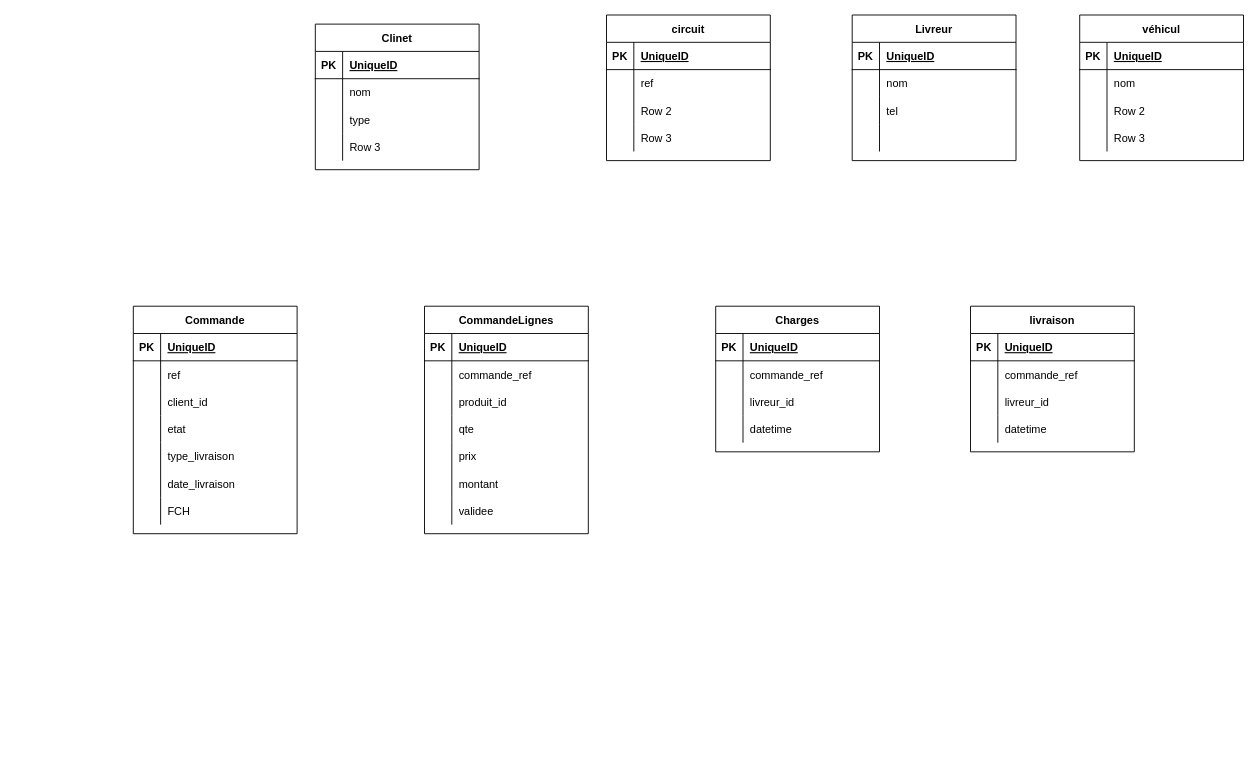
The draw.io diagram logistics database.drawio in hbenflouka/diagrames, before the edit. Source tidied: cells renumbered, new cells numbered last; positions are measured from the earlier drawing's top-left corner, leaving out a move shared by most shapes. Both pictures are drawn from the tidied source at 91%, with x=0, y=0 at pixel (133, 15).
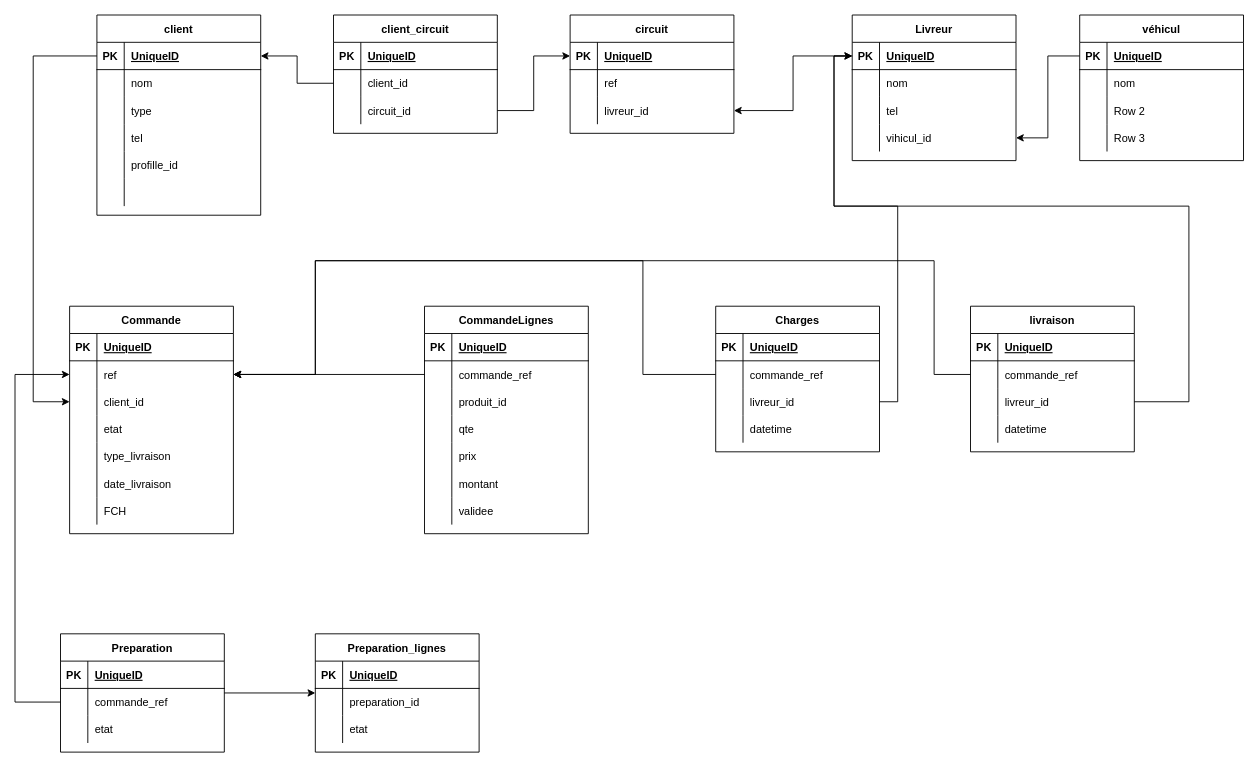
After the change.

Unchanged cells that the change refers to:
```xml
<mxCell id="6" style="shape=tableRow;horizontal=0;startSize=0;swimlaneHead=0;swimlaneBody=0;fillColor=none;points=[[0,0.5],[1,0.5]];portConstraint=eastwest;top=0;left=0;right=0;bottom=0;" parent="2" vertex="1">
  <mxGeometry y="60" width="180" height="30" as="geometry" />
</mxCell>
<mxCell id="9" style="shape=tableRow;horizontal=0;startSize=0;swimlaneHead=0;swimlaneBody=0;fillColor=none;points=[[0,0.5],[1,0.5]];portConstraint=eastwest;top=0;left=0;right=0;bottom=0;" parent="2" vertex="1">
  <mxGeometry y="90" width="180" height="30" as="geometry" />
</mxCell>
<mxCell id="28" style="shape=tableRow;horizontal=0;startSize=0;swimlaneHead=0;swimlaneBody=0;fillColor=none;points=[[0,0.5],[1,0.5]];portConstraint=eastwest;top=0;left=0;right=0;bottom=0;" parent="24" vertex="1">
  <mxGeometry y="60" width="180" height="30" as="geometry" />
</mxCell>
<mxCell id="31" style="shape=tableRow;horizontal=0;startSize=0;swimlaneHead=0;swimlaneBody=0;fillColor=none;points=[[0,0.5],[1,0.5]];portConstraint=eastwest;top=0;left=0;right=0;bottom=0;" parent="24" vertex="1">
  <mxGeometry y="90" width="180" height="30" as="geometry" />
</mxCell>
<mxCell id="41" style="shape=tableRow;horizontal=0;startSize=0;swimlaneHead=0;swimlaneBody=0;fillColor=none;points=[[0,0.5],[1,0.5]];portConstraint=eastwest;top=0;left=0;right=0;bottom=0;" parent="37" vertex="1">
  <mxGeometry y="60" width="180" height="30" as="geometry" />
</mxCell>
<mxCell id="44" style="shape=tableRow;horizontal=0;startSize=0;swimlaneHead=0;swimlaneBody=0;fillColor=none;points=[[0,0.5],[1,0.5]];portConstraint=eastwest;top=0;left=0;right=0;bottom=0;" parent="37" vertex="1">
  <mxGeometry y="90" width="180" height="30" as="geometry" />
</mxCell>
<mxCell id="54" style="shape=tableRow;horizontal=0;startSize=0;swimlaneHead=0;swimlaneBody=0;fillColor=none;points=[[0,0.5],[1,0.5]];portConstraint=eastwest;top=0;left=0;right=0;bottom=0;" parent="50" vertex="1">
  <mxGeometry y="60" width="180" height="30" as="geometry" />
</mxCell>
<mxCell id="73" style="shape=tableRow;horizontal=0;startSize=0;swimlaneHead=0;swimlaneBody=0;fillColor=none;points=[[0,0.5],[1,0.5]];portConstraint=eastwest;top=0;left=0;right=0;bottom=1;" parent="72" vertex="1">
  <mxGeometry y="30" width="180" height="30" as="geometry" />
</mxCell>
<mxCell id="86" style="shape=tableRow;horizontal=0;startSize=0;swimlaneHead=0;swimlaneBody=0;fillColor=none;points=[[0,0.5],[1,0.5]];portConstraint=eastwest;top=0;left=0;right=0;bottom=1;" parent="85" vertex="1">
  <mxGeometry y="30" width="180" height="30" as="geometry" />
</mxCell>
<mxCell id="92" style="shape=tableRow;horizontal=0;startSize=0;swimlaneHead=0;swimlaneBody=0;fillColor=none;points=[[0,0.5],[1,0.5]];portConstraint=eastwest;top=0;left=0;right=0;bottom=0;" parent="85" vertex="1">
  <mxGeometry y="90" width="180" height="30" as="geometry" />
</mxCell>
<mxCell id="99" style="shape=tableRow;horizontal=0;startSize=0;swimlaneHead=0;swimlaneBody=0;fillColor=none;points=[[0,0.5],[1,0.5]];portConstraint=eastwest;top=0;left=0;right=0;bottom=1;" parent="98" vertex="1">
  <mxGeometry y="30" width="180" height="30" as="geometry" />
</mxCell>
<mxCell id="108" style="shape=tableRow;horizontal=0;startSize=0;swimlaneHead=0;swimlaneBody=0;fillColor=none;points=[[0,0.5],[1,0.5]];portConstraint=eastwest;top=0;left=0;right=0;bottom=0;" parent="98" vertex="1">
  <mxGeometry y="120" width="180" height="30" as="geometry" />
</mxCell>
<mxCell id="112" style="shape=tableRow;horizontal=0;startSize=0;swimlaneHead=0;swimlaneBody=0;fillColor=none;points=[[0,0.5],[1,0.5]];portConstraint=eastwest;top=0;left=0;right=0;bottom=1;" parent="111" vertex="1">
  <mxGeometry y="30" width="180" height="30" as="geometry" />
</mxCell>
```

Change to the diagram source:
```diff
@@
     <mxCell id="2" value="Commande" style="shape=table;startSize=30;childLayout=tableLayout;rowLines=0;fontStyle=1;align=center;" parent="1" vertex="1">
-      <mxGeometry y="320" width="180" height="250" as="geometry" />
+      <mxGeometry x="-70" y="320" width="180" height="250" as="geometry" />
     </mxCell>
@@
-    <mxCell id="72" value="Clinet" style="shape=table;startSize=30;childLayout=tableLayout;rowLines=0;fontStyle=1;align=center;" parent="1" vertex="1">
-      <mxGeometry x="200" y="10" width="180" height="160" as="geometry" />
+    <mxCell id="72" value="client" style="shape=table;startSize=30;childLayout=tableLayout;rowLines=0;fontStyle=1;align=center;" parent="1" vertex="1">
+      <mxGeometry x="-40" width="180" height="220" as="geometry" />
     </mxCell>
@@
-    <mxCell id="82" style="shape=tableRow;horizontal=0;startSize=0;swimlaneHead=0;swimlaneBody=0;fillColor=none;top=0;left=0;right=0;bottom=0;" parent="72" vertex="1">
-      <mxGeometry y="120" width="180" height="30" as="geometry" />
-    </mxCell>
-    <mxCell id="83" style="shape=partialRectangle;fillColor=none;top=0;left=0;bottom=0;right=0;overflow=hidden;" parent="82" vertex="1">
-      <mxGeometry width="30" height="30" as="geometry" />
-    </mxCell>
-    <mxCell id="84" value="Row 3" style="shape=partialRectangle;fillColor=none;top=0;left=0;bottom=0;right=0;align=left;spacingLeft=6;overflow=hidden;" parent="82" vertex="1">
-      <mxGeometry x="30" width="150" height="30" as="geometry" />
-    </mxCell>
+    <mxCell id="124" style="shape=tableRow;horizontal=0;startSize=0;swimlaneHead=0;swimlaneBody=0;fillColor=none;top=0;left=0;right=0;bottom=0;" parent="72" vertex="1">
+      <mxGeometry y="120" width="180" height="30" as="geometry" />
+    </mxCell>
+    <mxCell id="125" style="shape=partialRectangle;fillColor=none;top=0;left=0;bottom=0;right=0;overflow=hidden;" parent="124" vertex="1">
+      <mxGeometry width="30" height="30" as="geometry" />
+    </mxCell>
+    <mxCell id="126" value="tel" style="shape=partialRectangle;fillColor=none;top=0;left=0;bottom=0;right=0;align=left;spacingLeft=6;overflow=hidden;" parent="124" vertex="1">
+      <mxGeometry x="30" width="150" height="30" as="geometry" />
+    </mxCell>
+    <mxCell id="127" style="shape=tableRow;horizontal=0;startSize=0;swimlaneHead=0;swimlaneBody=0;fillColor=none;top=0;left=0;right=0;bottom=0;" parent="72" vertex="1">
+      <mxGeometry y="150" width="180" height="30" as="geometry" />
+    </mxCell>
+    <mxCell id="128" style="shape=partialRectangle;fillColor=none;top=0;left=0;bottom=0;right=0;overflow=hidden;" parent="127" vertex="1">
+      <mxGeometry width="30" height="30" as="geometry" />
+    </mxCell>
+    <mxCell id="129" value="profille_id" style="shape=partialRectangle;fillColor=none;top=0;left=0;bottom=0;right=0;align=left;spacingLeft=6;overflow=hidden;" parent="127" vertex="1">
+      <mxGeometry x="30" width="150" height="30" as="geometry" />
+    </mxCell>
+    <mxCell id="130" style="shape=tableRow;horizontal=0;startSize=0;swimlaneHead=0;swimlaneBody=0;fillColor=none;top=0;left=0;right=0;bottom=0;" parent="72" vertex="1">
+      <mxGeometry y="180" width="180" height="30" as="geometry" />
+    </mxCell>
+    <mxCell id="131" style="shape=partialRectangle;fillColor=none;top=0;left=0;bottom=0;right=0;overflow=hidden;" parent="130" vertex="1">
+      <mxGeometry width="30" height="30" as="geometry" />
+    </mxCell>
+    <mxCell id="132" style="shape=partialRectangle;fillColor=none;top=0;left=0;bottom=0;right=0;align=left;spacingLeft=6;overflow=hidden;" parent="130" vertex="1">
+      <mxGeometry x="30" width="150" height="30" as="geometry" />
+    </mxCell>
     <mxCell id="85" value="circuit" style="shape=table;startSize=30;childLayout=tableLayout;rowLines=0;fontStyle=1;align=center;" parent="1" vertex="1">
-      <mxGeometry x="520" width="180" height="160" as="geometry" />
+      <mxGeometry x="480" width="180" height="130" as="geometry" />
     </mxCell>
@@
-    <mxCell id="94" value="Row 2" style="shape=partialRectangle;fillColor=none;top=0;left=0;bottom=0;right=0;align=left;spacingLeft=6;overflow=hidden;" parent="92" vertex="1">
+    <mxCell id="94" value="livreur_id" style="shape=partialRectangle;fillColor=none;top=0;left=0;bottom=0;right=0;align=left;spacingLeft=6;overflow=hidden;" parent="92" vertex="1">
       <mxGeometry x="30" width="150" height="30" as="geometry" />
     </mxCell>
-    <mxCell id="95" style="shape=tableRow;horizontal=0;startSize=0;swimlaneHead=0;swimlaneBody=0;fillColor=none;top=0;left=0;right=0;bottom=0;" parent="85" vertex="1">
-      <mxGeometry y="120" width="180" height="30" as="geometry" />
-    </mxCell>
-    <mxCell id="96" style="shape=partialRectangle;fillColor=none;top=0;left=0;bottom=0;right=0;overflow=hidden;" parent="95" vertex="1">
-      <mxGeometry width="30" height="30" as="geometry" />
-    </mxCell>
-    <mxCell id="97" value="Row 3" style="shape=partialRectangle;fillColor=none;top=0;left=0;bottom=0;right=0;align=left;spacingLeft=6;overflow=hidden;" parent="95" vertex="1">
-      <mxGeometry x="30" width="150" height="30" as="geometry" />
-    </mxCell>
@@
-    <mxCell id="110" style="shape=partialRectangle;fillColor=none;top=0;left=0;bottom=0;right=0;align=left;spacingLeft=6;overflow=hidden;" parent="108" vertex="1">
+    <mxCell id="110" value="vihicul_id" style="shape=partialRectangle;fillColor=none;top=0;left=0;bottom=0;right=0;align=left;spacingLeft=6;overflow=hidden;" parent="108" vertex="1">
       <mxGeometry x="30" width="150" height="30" as="geometry" />
     </mxCell>
@@
+    <mxCell id="133" value="client_circuit" style="shape=table;startSize=30;childLayout=tableLayout;rowLines=0;fontStyle=1;align=center;" parent="1" vertex="1">
+      <mxGeometry x="220" width="180" height="130" as="geometry" />
+    </mxCell>
+    <mxCell id="134" style="shape=tableRow;horizontal=0;startSize=0;swimlaneHead=0;swimlaneBody=0;fillColor=none;top=0;left=0;right=0;bottom=1;" parent="133" vertex="1">
+      <mxGeometry y="30" width="180" height="30" as="geometry" />
+    </mxCell>
+    <mxCell id="135" value="PK" style="shape=partialRectangle;fillColor=none;top=0;left=0;bottom=0;right=0;fontStyle=1;overflow=hidden;" parent="134" vertex="1">
+      <mxGeometry width="30" height="30" as="geometry" />
+    </mxCell>
+    <mxCell id="136" value="UniqueID" style="shape=partialRectangle;fillColor=none;top=0;left=0;bottom=0;right=0;align=left;spacingLeft=6;fontStyle=5;overflow=hidden;" parent="134" vertex="1">
+      <mxGeometry x="30" width="150" height="30" as="geometry" />
+    </mxCell>
+    <mxCell id="137" style="shape=tableRow;horizontal=0;startSize=0;swimlaneHead=0;swimlaneBody=0;fillColor=none;points=[[0,0.5],[1,0.5]];portConstraint=eastwest;top=0;left=0;right=0;bottom=0;" parent="133" vertex="1">
+      <mxGeometry y="60" width="180" height="30" as="geometry" />
+    </mxCell>
+    <mxCell id="138" style="shape=partialRectangle;fillColor=none;top=0;left=0;bottom=0;right=0;overflow=hidden;" parent="137" vertex="1">
+      <mxGeometry width="30" height="30" as="geometry" />
+    </mxCell>
+    <mxCell id="139" value="client_id" style="shape=partialRectangle;fillColor=none;top=0;left=0;bottom=0;right=0;align=left;spacingLeft=6;overflow=hidden;" parent="137" vertex="1">
+      <mxGeometry x="30" width="150" height="30" as="geometry" />
+    </mxCell>
+    <mxCell id="140" style="shape=tableRow;horizontal=0;startSize=0;swimlaneHead=0;swimlaneBody=0;fillColor=none;points=[[0,0.5],[1,0.5]];portConstraint=eastwest;top=0;left=0;right=0;bottom=0;" parent="133" vertex="1">
+      <mxGeometry y="90" width="180" height="30" as="geometry" />
+    </mxCell>
+    <mxCell id="141" style="shape=partialRectangle;fillColor=none;top=0;left=0;bottom=0;right=0;overflow=hidden;" parent="140" vertex="1">
+      <mxGeometry width="30" height="30" as="geometry" />
+    </mxCell>
+    <mxCell id="142" value="circuit_id" style="shape=partialRectangle;fillColor=none;top=0;left=0;bottom=0;right=0;align=left;spacingLeft=6;overflow=hidden;" parent="140" vertex="1">
+      <mxGeometry x="30" width="150" height="30" as="geometry" />
+    </mxCell>
+    <mxCell id="143" style="edgeStyle=orthogonalEdgeStyle;rounded=0;jettySize=auto;html=1;entryX=0;entryY=0.5;entryDx=0;entryDy=0;" parent="1" edge="1" source="73" target="9">
+      <mxGeometry relative="1" as="geometry">
+        <Array as="points">
+          <mxPoint x="-110" y="45" />
+          <mxPoint x="-110" y="425" />
+        </Array>
+      </mxGeometry>
+    </mxCell>
+    <mxCell id="144" style="edgeStyle=orthogonalEdgeStyle;rounded=0;jettySize=auto;html=1;" parent="1" edge="1" source="137" target="73">
+      <mxGeometry relative="1" as="geometry" />
+    </mxCell>
+    <mxCell id="145" style="edgeStyle=orthogonalEdgeStyle;rounded=0;jettySize=auto;html=1;entryX=0;entryY=0.5;entryDx=0;entryDy=0;" parent="1" edge="1" source="140" target="86">
+      <mxGeometry relative="1" as="geometry" />
+    </mxCell>
+    <mxCell id="146" style="edgeStyle=orthogonalEdgeStyle;rounded=0;jettySize=auto;html=1;" parent="1" edge="1" source="99" target="92">
+      <mxGeometry relative="1" as="geometry" />
+    </mxCell>
+    <mxCell id="147" style="edgeStyle=orthogonalEdgeStyle;rounded=0;jettySize=auto;html=1;" parent="1" edge="1" source="112" target="108">
+      <mxGeometry relative="1" as="geometry" />
+    </mxCell>
+    <mxCell id="148" style="edgeStyle=orthogonalEdgeStyle;rounded=0;jettySize=auto;html=1;entryX=1;entryY=0.5;entryDx=0;entryDy=0;" parent="1" edge="1" source="54" target="6">
+      <mxGeometry relative="1" as="geometry" />
+    </mxCell>
+    <mxCell id="149" style="edgeStyle=orthogonalEdgeStyle;rounded=0;jettySize=auto;html=1;entryX=1;entryY=0.5;entryDx=0;entryDy=0;" parent="1" edge="1" source="28" target="6">
+      <mxGeometry relative="1" as="geometry">
+        <Array as="points">
+          <mxPoint x="560" y="395" />
+          <mxPoint x="560" y="270" />
+          <mxPoint x="200" y="270" />
+          <mxPoint x="200" y="395" />
+        </Array>
+      </mxGeometry>
+    </mxCell>
+    <mxCell id="150" style="edgeStyle=orthogonalEdgeStyle;rounded=0;jettySize=auto;html=1;" parent="1" edge="1" source="31" target="99">
+      <mxGeometry relative="1" as="geometry">
+        <Array as="points">
+          <mxPoint x="840" y="425" />
+          <mxPoint x="840" y="210" />
+          <mxPoint x="770" y="210" />
+          <mxPoint x="770" y="45" />
+        </Array>
+      </mxGeometry>
+    </mxCell>
+    <mxCell id="151" style="edgeStyle=orthogonalEdgeStyle;rounded=0;jettySize=auto;html=1;entryX=1;entryY=0.5;entryDx=0;entryDy=0;" parent="1" edge="1" source="41" target="6">
+      <mxGeometry relative="1" as="geometry">
+        <Array as="points">
+          <mxPoint x="880" y="395" />
+          <mxPoint x="880" y="270" />
+          <mxPoint x="200" y="270" />
+          <mxPoint x="200" y="395" />
+        </Array>
+      </mxGeometry>
+    </mxCell>
+    <mxCell id="152" style="edgeStyle=orthogonalEdgeStyle;rounded=0;jettySize=auto;html=1;" parent="1" edge="1" source="44" target="99">
+      <mxGeometry relative="1" as="geometry">
+        <Array as="points">
+          <mxPoint x="1160" y="425" />
+          <mxPoint x="1160" y="210" />
+          <mxPoint x="770" y="210" />
+          <mxPoint x="770" y="45" />
+        </Array>
+      </mxGeometry>
+    </mxCell>
+    <mxCell id="153" style="edgeStyle=orthogonalEdgeStyle;rounded=0;jettySize=auto;html=1;" parent="1" edge="1" source="154" target="164">
+      <mxGeometry relative="1" as="geometry" />
+    </mxCell>
+    <mxCell id="154" value="Preparation" style="shape=table;startSize=30;childLayout=tableLayout;rowLines=0;fontStyle=1;align=center;" parent="1" vertex="1">
+      <mxGeometry x="-80" y="680" width="180" height="130" as="geometry" />
+    </mxCell>
+    <mxCell id="155" style="shape=tableRow;horizontal=0;startSize=0;swimlaneHead=0;swimlaneBody=0;fillColor=none;top=0;left=0;right=0;bottom=1;" parent="154" vertex="1">
+      <mxGeometry y="30" width="180" height="30" as="geometry" />
+    </mxCell>
+    <mxCell id="156" value="PK" style="shape=partialRectangle;fillColor=none;top=0;left=0;bottom=0;right=0;fontStyle=1;overflow=hidden;" parent="155" vertex="1">
+      <mxGeometry width="30" height="30" as="geometry" />
+    </mxCell>
+    <mxCell id="157" value="UniqueID" style="shape=partialRectangle;fillColor=none;top=0;left=0;bottom=0;right=0;align=left;spacingLeft=6;fontStyle=5;overflow=hidden;" parent="155" vertex="1">
+      <mxGeometry x="30" width="150" height="30" as="geometry" />
+    </mxCell>
+    <mxCell id="158" style="shape=tableRow;horizontal=0;startSize=0;swimlaneHead=0;swimlaneBody=0;fillColor=none;points=[[0,0.5],[1,0.5]];portConstraint=eastwest;top=0;left=0;right=0;bottom=0;" parent="154" vertex="1">
+      <mxGeometry y="60" width="180" height="30" as="geometry" />
+    </mxCell>
+    <mxCell id="159" style="shape=partialRectangle;fillColor=none;top=0;left=0;bottom=0;right=0;overflow=hidden;" parent="158" vertex="1">
+      <mxGeometry width="30" height="30" as="geometry" />
+    </mxCell>
+    <mxCell id="160" value="commande_ref" style="shape=partialRectangle;fillColor=none;top=0;left=0;bottom=0;right=0;align=left;spacingLeft=6;overflow=hidden;" parent="158" vertex="1">
+      <mxGeometry x="30" width="150" height="30" as="geometry" />
+    </mxCell>
+    <mxCell id="161" style="shape=tableRow;horizontal=0;startSize=0;swimlaneHead=0;swimlaneBody=0;fillColor=none;top=0;left=0;right=0;bottom=0;" parent="154" vertex="1">
+      <mxGeometry y="90" width="180" height="30" as="geometry" />
+    </mxCell>
+    <mxCell id="162" style="shape=partialRectangle;fillColor=none;top=0;left=0;bottom=0;right=0;overflow=hidden;" parent="161" vertex="1">
+      <mxGeometry width="30" height="30" as="geometry" />
+    </mxCell>
+    <mxCell id="163" value="etat" style="shape=partialRectangle;fillColor=none;top=0;left=0;bottom=0;right=0;align=left;spacingLeft=6;overflow=hidden;" parent="161" vertex="1">
+      <mxGeometry x="30" width="150" height="30" as="geometry" />
+    </mxCell>
+    <mxCell id="164" value="Preparation_lignes" style="shape=table;startSize=30;childLayout=tableLayout;rowLines=0;fontStyle=1;align=center;" parent="1" vertex="1">
+      <mxGeometry x="200" y="680" width="180" height="130" as="geometry" />
+    </mxCell>
+    <mxCell id="165" style="shape=tableRow;horizontal=0;startSize=0;swimlaneHead=0;swimlaneBody=0;fillColor=none;top=0;left=0;right=0;bottom=1;" parent="164" vertex="1">
+      <mxGeometry y="30" width="180" height="30" as="geometry" />
+    </mxCell>
+    <mxCell id="166" value="PK" style="shape=partialRectangle;fillColor=none;top=0;left=0;bottom=0;right=0;fontStyle=1;overflow=hidden;" parent="165" vertex="1">
+      <mxGeometry width="30" height="30" as="geometry" />
+    </mxCell>
+    <mxCell id="167" value="UniqueID" style="shape=partialRectangle;fillColor=none;top=0;left=0;bottom=0;right=0;align=left;spacingLeft=6;fontStyle=5;overflow=hidden;" parent="165" vertex="1">
+      <mxGeometry x="30" width="150" height="30" as="geometry" />
+    </mxCell>
+    <mxCell id="168" style="shape=tableRow;horizontal=0;startSize=0;swimlaneHead=0;swimlaneBody=0;fillColor=none;top=0;left=0;right=0;bottom=0;" parent="164" vertex="1">
+      <mxGeometry y="60" width="180" height="30" as="geometry" />
+    </mxCell>
+    <mxCell id="169" style="shape=partialRectangle;fillColor=none;top=0;left=0;bottom=0;right=0;overflow=hidden;" parent="168" vertex="1">
+      <mxGeometry width="30" height="30" as="geometry" />
+    </mxCell>
+    <mxCell id="170" value="preparation_id" style="shape=partialRectangle;fillColor=none;top=0;left=0;bottom=0;right=0;align=left;spacingLeft=6;overflow=hidden;" parent="168" vertex="1">
+      <mxGeometry x="30" width="150" height="30" as="geometry" />
+    </mxCell>
+    <mxCell id="171" style="shape=tableRow;horizontal=0;startSize=0;swimlaneHead=0;swimlaneBody=0;fillColor=none;top=0;left=0;right=0;bottom=0;" parent="164" vertex="1">
+      <mxGeometry y="90" width="180" height="30" as="geometry" />
+    </mxCell>
+    <mxCell id="172" style="shape=partialRectangle;fillColor=none;top=0;left=0;bottom=0;right=0;overflow=hidden;" parent="171" vertex="1">
+      <mxGeometry width="30" height="30" as="geometry" />
+    </mxCell>
+    <mxCell id="173" value="etat" style="shape=partialRectangle;fillColor=none;top=0;left=0;bottom=0;right=0;align=left;spacingLeft=6;overflow=hidden;" parent="171" vertex="1">
+      <mxGeometry x="30" width="150" height="30" as="geometry" />
+    </mxCell>
+    <mxCell id="174" style="edgeStyle=orthogonalEdgeStyle;rounded=0;jettySize=auto;html=1;" parent="1" edge="1" source="158" target="6">
+      <mxGeometry relative="1" as="geometry">
+        <Array as="points">
+          <mxPoint x="-130" y="755" />
+          <mxPoint x="-130" y="395" />
+        </Array>
+      </mxGeometry>
+    </mxCell>
```
